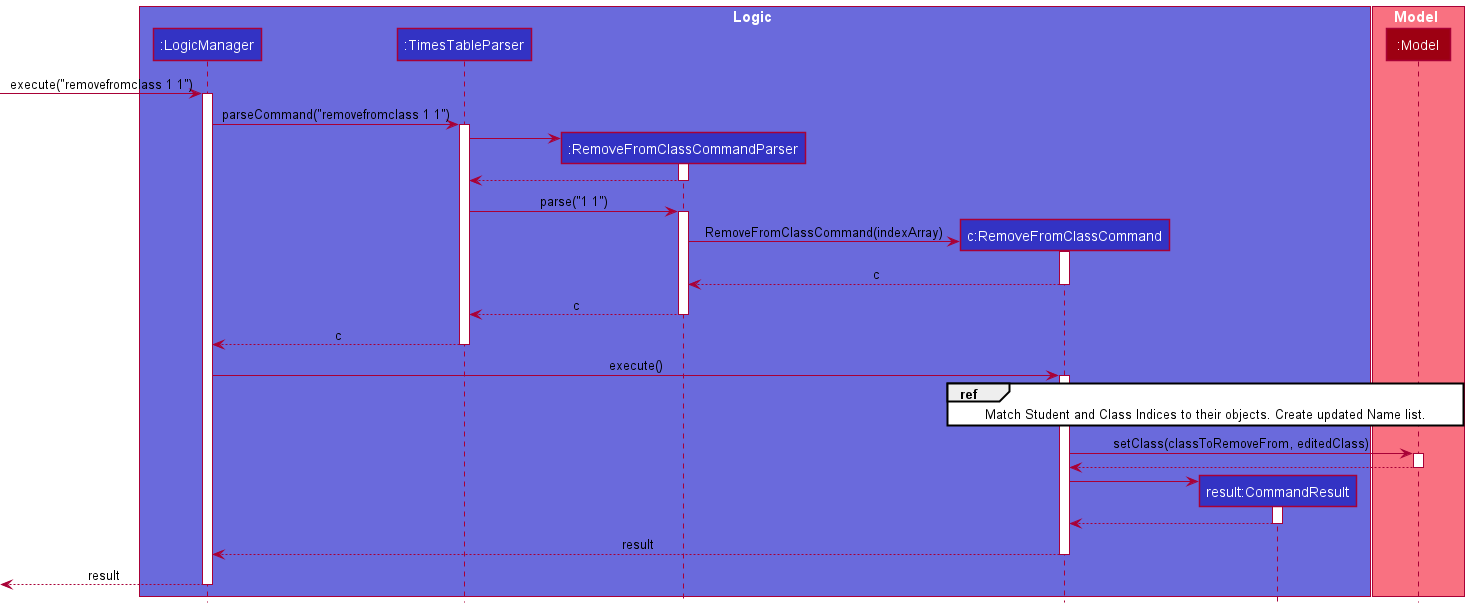
The PlantUML diagram docs/images/RemoveFromClassOverviewDiagram.png in softmagnet/tp, before a commit.
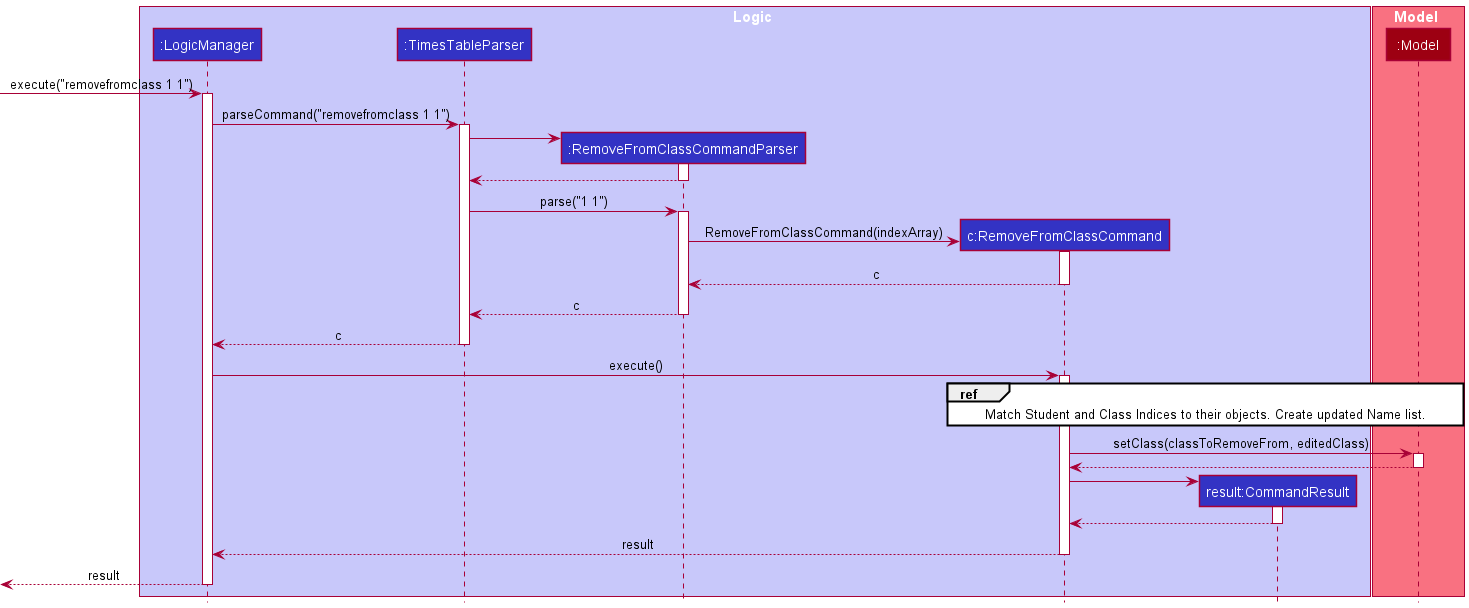
After the change.

Commit message:
Update RemoveFromClass DG diagrams

Diff of the diagram source:
```diff
@@ -2,7 +2,7 @@
 
 !include Style.puml
 
-box Logic LOGIC_COLOR_T2
+box Logic LOGIC_COLOR_T1
 
 participant ":LogicManager" as LogicManager LOGIC_COLOR
 participant ":TimesTableParser" as TimesTableParser LOGIC_COLOR
@@ -53,10 +53,4 @@
 deactivate LogicManager
 
 
-
-
-
-
-
-
 @enduml
```
